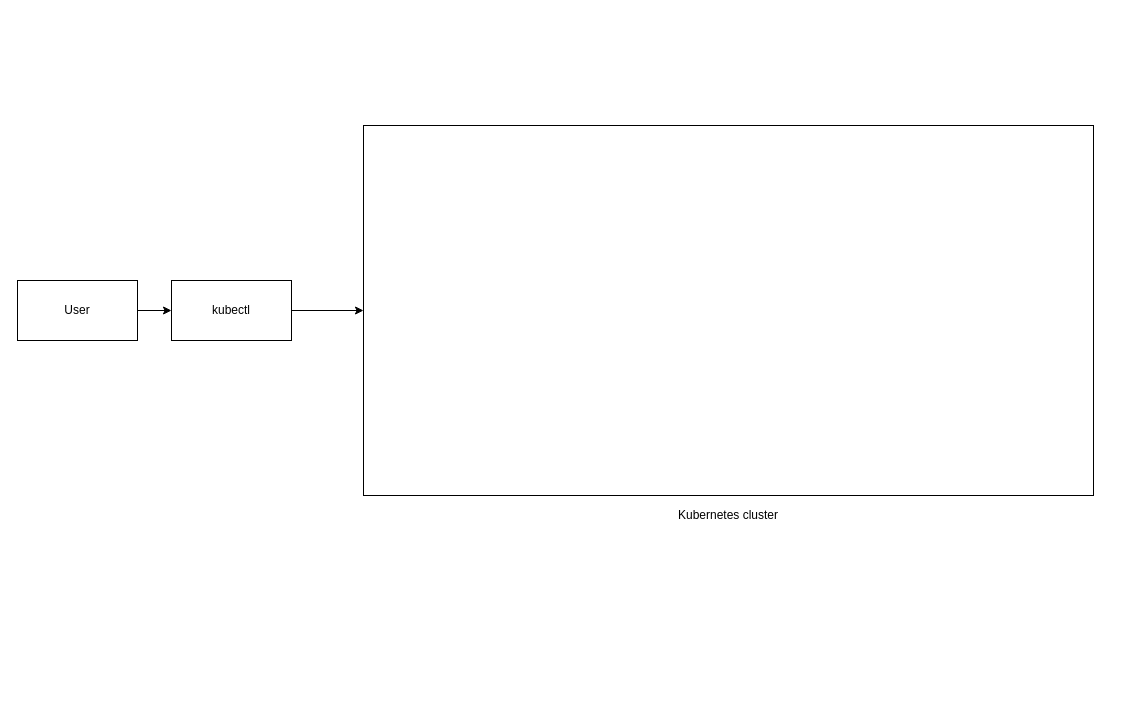
Above: part3/k8s.drawio in sonkkeli/docker-mooc (draw.io), before the change. Source tidied: cells renumbered, new cells numbered last; positions are measured from the earlier drawing's top-left corner, leaving out a move shared by most shapes. Both pictures are drawn from the tidied source at 100%, with x=0, y=0 at pixel (17, 125).
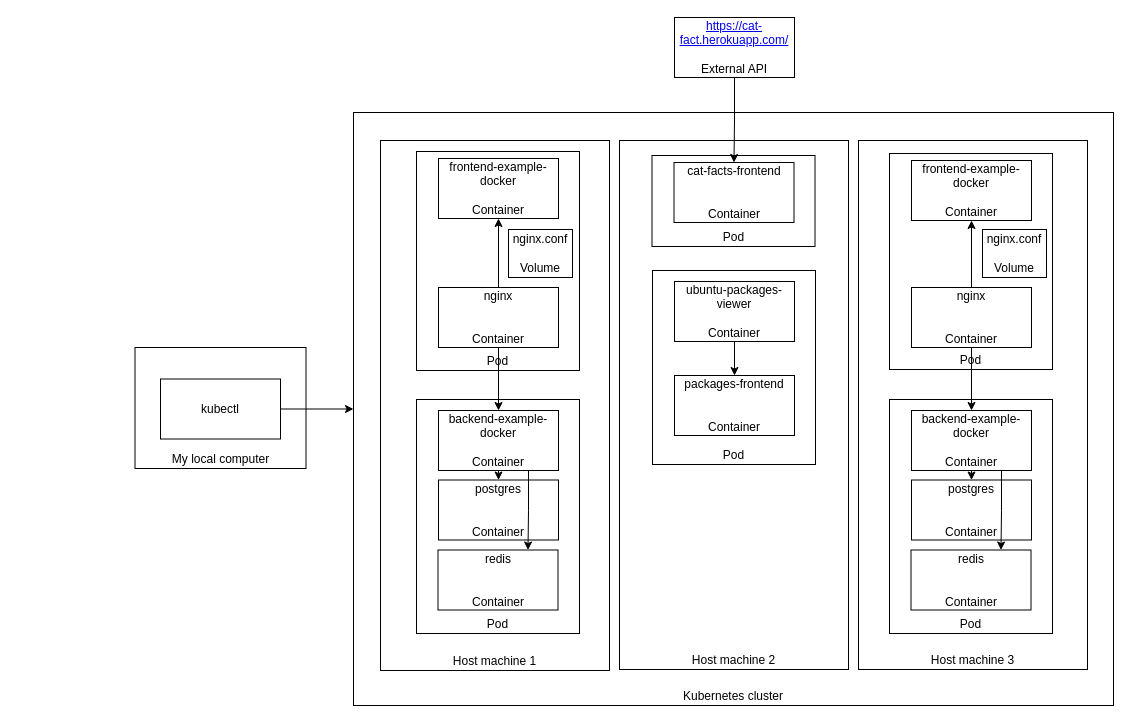
After the change.

The edit, as a diff of the source:
```diff
@@
-    <mxCell id="2" style="rounded=0;whiteSpace=wrap;html=1;fillColor=none;" parent="1" vertex="1">
-      <mxGeometry x="346" width="730" height="370" as="geometry" />
+    <mxCell id="2" value="&lt;span&gt;Kubernetes cluster&lt;/span&gt;" style="rounded=0;whiteSpace=wrap;html=1;fillColor=none;verticalAlign=bottom;" parent="1" vertex="1">
+      <mxGeometry x="336" y="-13" width="760" height="593" as="geometry" />
     </mxCell>
-    <mxCell id="3" value="Kubernetes cluster" style="text;html=1;strokeColor=none;fillColor=none;align=center;verticalAlign=middle;whiteSpace=wrap;rounded=0;" parent="1" vertex="1">
-      <mxGeometry x="581" y="380" width="260" height="20" as="geometry" />
-    </mxCell>
-    <mxCell id="4" style="edgeStyle=orthogonalEdgeStyle;rounded=0;jettySize=auto;html=1;exitX=1;exitY=0.5;exitDx=0;exitDy=0;entryX=0;entryY=0.5;entryDx=0;entryDy=0;" parent="1" edge="1" source="5" target="7">
-      <mxGeometry relative="1" as="geometry" />
-    </mxCell>
+    <mxCell id="8" value="&lt;span&gt;Host machine 1&lt;/span&gt;" style="rounded=0;whiteSpace=wrap;html=1;fillColor=none;verticalAlign=bottom;" parent="1" vertex="1">
+      <mxGeometry x="363" y="15" width="229" height="530" as="geometry" />
+    </mxCell>
+    <mxCell id="9" value="Pod" style="rounded=0;whiteSpace=wrap;html=1;fillColor=none;verticalAlign=bottom;" parent="1" vertex="1">
+      <mxGeometry x="399" y="26" width="163" height="219" as="geometry" />
+    </mxCell>
+    <mxCell id="10" value="&lt;span&gt;Host machine 3&lt;/span&gt;" style="rounded=0;whiteSpace=wrap;html=1;fillColor=none;verticalAlign=bottom;" parent="1" vertex="1">
+      <mxGeometry x="841" y="15" width="229" height="529" as="geometry" />
+    </mxCell>
+    <mxCell id="11" value="Pod" style="rounded=0;whiteSpace=wrap;html=1;fillColor=none;verticalAlign=bottom;" parent="1" vertex="1">
+      <mxGeometry x="399" y="274" width="163" height="234" as="geometry" />
+    </mxCell>
-    <mxCell id="5" value="User" style="rounded=0;whiteSpace=wrap;html=1;fillColor=none;" parent="1" vertex="1">
-      <mxGeometry y="155" width="120" height="60" as="geometry" />
+    <mxCell id="5" value="My local computer" style="rounded=0;whiteSpace=wrap;html=1;fillColor=none;verticalAlign=bottom;" parent="1" vertex="1">
+      <mxGeometry x="117.5" y="222" width="171" height="121" as="geometry" />
     </mxCell>
@@
     <mxCell id="7" value="kubectl" style="rounded=0;whiteSpace=wrap;html=1;fillColor=none;" parent="1" vertex="1">
-      <mxGeometry x="154" y="155" width="120" height="60" as="geometry" />
+      <mxGeometry x="143" y="253.5" width="120" height="60" as="geometry" />
     </mxCell>
+    <mxCell id="12" value="&lt;span&gt;Host machine 2&lt;/span&gt;" style="rounded=0;whiteSpace=wrap;html=1;fillColor=none;verticalAlign=bottom;" parent="1" vertex="1">
+      <mxGeometry x="602" y="15" width="229" height="529" as="geometry" />
+    </mxCell>
+    <mxCell id="13" value="frontend-example-docker&lt;br&gt;&lt;br&gt;Container" style="rounded=0;whiteSpace=wrap;html=1;fillColor=none;" parent="1" vertex="1">
+      <mxGeometry x="421" y="33" width="120" height="60" as="geometry" />
+    </mxCell>
+    <mxCell id="14" style="edgeStyle=orthogonalEdgeStyle;rounded=0;jettySize=auto;html=1;exitX=0.5;exitY=1;exitDx=0;exitDy=0;entryX=0.5;entryY=0;entryDx=0;entryDy=0;" parent="1" edge="1" source="16" target="17">
+      <mxGeometry relative="1" as="geometry" />
+    </mxCell>
+    <mxCell id="15" style="edgeStyle=orthogonalEdgeStyle;rounded=0;jettySize=auto;html=1;exitX=0.75;exitY=1;exitDx=0;exitDy=0;entryX=0.75;entryY=0;entryDx=0;entryDy=0;" parent="1" edge="1" source="16" target="18">
+      <mxGeometry relative="1" as="geometry" />
+    </mxCell>
+    <mxCell id="16" value="backend-example-docker&lt;br&gt;&lt;br&gt;Container" style="rounded=0;whiteSpace=wrap;html=1;fillColor=none;" parent="1" vertex="1">
+      <mxGeometry x="421" y="285" width="120" height="60" as="geometry" />
+    </mxCell>
+    <mxCell id="17" value="postgres&lt;br&gt;&lt;br&gt;&lt;br&gt;Container" style="rounded=0;whiteSpace=wrap;html=1;fillColor=none;" parent="1" vertex="1">
+      <mxGeometry x="421" y="354.5" width="120" height="60" as="geometry" />
+    </mxCell>
+    <mxCell id="18" value="redis&lt;br&gt;&lt;br&gt;&lt;br&gt;Container" style="rounded=0;whiteSpace=wrap;html=1;fillColor=none;" parent="1" vertex="1">
+      <mxGeometry x="420.5" y="424.5" width="120" height="60" as="geometry" />
+    </mxCell>
+    <mxCell id="19" style="edgeStyle=orthogonalEdgeStyle;rounded=0;jettySize=auto;html=1;exitX=0.5;exitY=0;exitDx=0;exitDy=0;entryX=0.5;entryY=1;entryDx=0;entryDy=0;" parent="1" edge="1" source="21" target="13">
+      <mxGeometry relative="1" as="geometry" />
+    </mxCell>
+    <mxCell id="20" style="edgeStyle=orthogonalEdgeStyle;rounded=0;jettySize=auto;html=1;exitX=0.5;exitY=1;exitDx=0;exitDy=0;entryX=0.5;entryY=0;entryDx=0;entryDy=0;" parent="1" edge="1" source="21" target="16">
+      <mxGeometry relative="1" as="geometry" />
+    </mxCell>
+    <mxCell id="21" value="nginx&lt;br&gt;&lt;br&gt;&lt;br&gt;Container" style="rounded=0;whiteSpace=wrap;html=1;fillColor=none;" parent="1" vertex="1">
+      <mxGeometry x="421" y="162" width="120" height="60" as="geometry" />
+    </mxCell>
+    <mxCell id="22" value="Pod" style="rounded=0;whiteSpace=wrap;html=1;fillColor=none;verticalAlign=bottom;" parent="1" vertex="1">
+      <mxGeometry x="872" y="28" width="163" height="216" as="geometry" />
+    </mxCell>
+    <mxCell id="23" value="Pod" style="rounded=0;whiteSpace=wrap;html=1;fillColor=none;verticalAlign=bottom;" parent="1" vertex="1">
+      <mxGeometry x="872" y="274" width="163" height="234" as="geometry" />
+    </mxCell>
+    <mxCell id="24" value="frontend-example-docker&lt;br&gt;&lt;br&gt;Container" style="rounded=0;whiteSpace=wrap;html=1;fillColor=none;" parent="1" vertex="1">
+      <mxGeometry x="894" y="35" width="120" height="60" as="geometry" />
+    </mxCell>
+    <mxCell id="25" style="edgeStyle=orthogonalEdgeStyle;rounded=0;jettySize=auto;html=1;exitX=0.5;exitY=1;exitDx=0;exitDy=0;entryX=0.5;entryY=0;entryDx=0;entryDy=0;" parent="1" edge="1" source="27" target="28">
+      <mxGeometry relative="1" as="geometry" />
+    </mxCell>
+    <mxCell id="26" style="edgeStyle=orthogonalEdgeStyle;rounded=0;jettySize=auto;html=1;exitX=0.75;exitY=1;exitDx=0;exitDy=0;entryX=0.75;entryY=0;entryDx=0;entryDy=0;" parent="1" edge="1" source="27" target="29">
+      <mxGeometry relative="1" as="geometry" />
+    </mxCell>
+    <mxCell id="27" value="backend-example-docker&lt;br&gt;&lt;br&gt;Container" style="rounded=0;whiteSpace=wrap;html=1;fillColor=none;" parent="1" vertex="1">
+      <mxGeometry x="894" y="285" width="120" height="60" as="geometry" />
+    </mxCell>
+    <mxCell id="28" value="postgres&lt;br&gt;&lt;br&gt;&lt;br&gt;Container" style="rounded=0;whiteSpace=wrap;html=1;fillColor=none;" parent="1" vertex="1">
+      <mxGeometry x="894" y="354.5" width="120" height="60" as="geometry" />
+    </mxCell>
+    <mxCell id="29" value="redis&lt;br&gt;&lt;br&gt;&lt;br&gt;Container" style="rounded=0;whiteSpace=wrap;html=1;fillColor=none;" parent="1" vertex="1">
+      <mxGeometry x="893.5" y="424.5" width="120" height="60" as="geometry" />
+    </mxCell>
+    <mxCell id="30" style="edgeStyle=orthogonalEdgeStyle;rounded=0;jettySize=auto;html=1;exitX=0.5;exitY=0;exitDx=0;exitDy=0;entryX=0.5;entryY=1;entryDx=0;entryDy=0;" parent="1" edge="1" source="32" target="24">
+      <mxGeometry relative="1" as="geometry" />
+    </mxCell>
+    <mxCell id="31" style="edgeStyle=orthogonalEdgeStyle;rounded=0;jettySize=auto;html=1;exitX=0.5;exitY=1;exitDx=0;exitDy=0;" parent="1" edge="1" source="32" target="27">
+      <mxGeometry relative="1" as="geometry" />
+    </mxCell>
+    <mxCell id="32" value="nginx&lt;br&gt;&lt;br&gt;&lt;br&gt;Container" style="rounded=0;whiteSpace=wrap;html=1;fillColor=none;" parent="1" vertex="1">
+      <mxGeometry x="894" y="162" width="120" height="60" as="geometry" />
+    </mxCell>
+    <mxCell id="33" value="Pod" style="rounded=0;whiteSpace=wrap;html=1;fillColor=none;verticalAlign=bottom;" parent="1" vertex="1">
+      <mxGeometry x="634.5" y="30" width="163" height="91" as="geometry" />
+    </mxCell>
+    <mxCell id="34" value="Pod" style="rounded=0;whiteSpace=wrap;html=1;fillColor=none;verticalAlign=bottom;" parent="1" vertex="1">
+      <mxGeometry x="635" y="145" width="163" height="194" as="geometry" />
+    </mxCell>
+    <mxCell id="35" value="cat-facts-frontend&lt;br&gt;&lt;br&gt;&lt;br&gt;Container" style="rounded=0;whiteSpace=wrap;html=1;fillColor=none;" parent="1" vertex="1">
+      <mxGeometry x="656.5" y="37" width="120" height="60" as="geometry" />
+    </mxCell>
+    <mxCell id="36" style="edgeStyle=orthogonalEdgeStyle;rounded=0;jettySize=auto;html=1;exitX=0.5;exitY=1;exitDx=0;exitDy=0;entryX=0.5;entryY=0;entryDx=0;entryDy=0;" parent="1" edge="1" source="37" target="38">
+      <mxGeometry relative="1" as="geometry" />
+    </mxCell>
+    <mxCell id="37" value="ubuntu-packages-viewer&lt;br&gt;&lt;br&gt;Container" style="rounded=0;whiteSpace=wrap;html=1;fillColor=none;" parent="1" vertex="1">
+      <mxGeometry x="657" y="156" width="120" height="60" as="geometry" />
+    </mxCell>
+    <mxCell id="38" value="packages-frontend&lt;br&gt;&lt;br&gt;&lt;br&gt;Container" style="rounded=0;whiteSpace=wrap;html=1;fillColor=none;" parent="1" vertex="1">
+      <mxGeometry x="657" y="250" width="120" height="60" as="geometry" />
+    </mxCell>
+    <mxCell id="39" style="edgeStyle=orthogonalEdgeStyle;rounded=0;jettySize=auto;html=1;exitX=0.5;exitY=1;exitDx=0;exitDy=0;entryX=0.5;entryY=0;entryDx=0;entryDy=0;" parent="1" edge="1" source="40" target="35">
+      <mxGeometry relative="1" as="geometry" />
+    </mxCell>
+    <mxCell id="40" value="&lt;a href=&quot;https://cat-fact.herokuapp.com/&quot;&gt;https://cat-fact.herokuapp.com/&lt;/a&gt;&lt;br&gt;&lt;br&gt;External API" style="rounded=0;whiteSpace=wrap;html=1;fillColor=none;" parent="1" vertex="1">
+      <mxGeometry x="657" y="-108" width="120" height="60" as="geometry" />
+    </mxCell>
+    <mxCell id="41" value="nginx.conf&lt;br&gt;&lt;br&gt;Volume" style="rounded=0;whiteSpace=wrap;html=1;fillColor=none;" parent="1" vertex="1">
+      <mxGeometry x="965" y="104" width="64" height="48" as="geometry" />
+    </mxCell>
+    <mxCell id="42" value="nginx.conf&lt;br&gt;&lt;br&gt;Volume" style="rounded=0;whiteSpace=wrap;html=1;fillColor=none;" parent="1" vertex="1">
+      <mxGeometry x="491" y="104" width="64" height="48" as="geometry" />
+    </mxCell>
```
